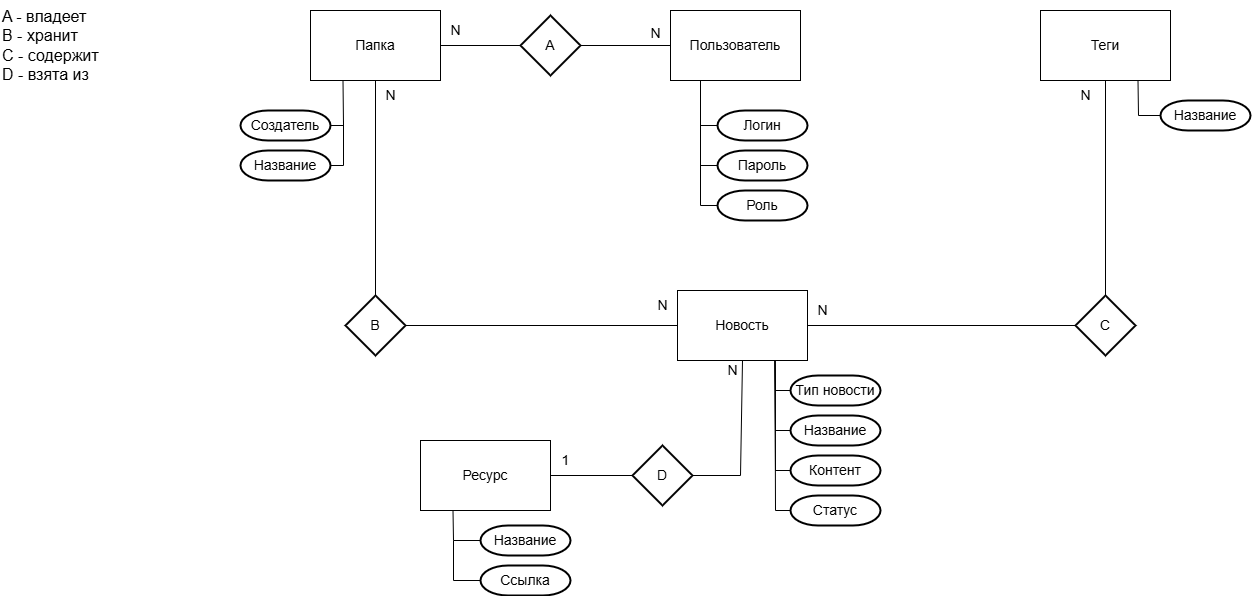
Earlier version of the draw.io export графический материал/ER-diagrama.png (ApsilonXi/Hakaton2025Spring). Source tidied: cells renumbered, new cells last; positions are measured from the earlier drawing's top-left corner, leaving out a move shared by most shapes.
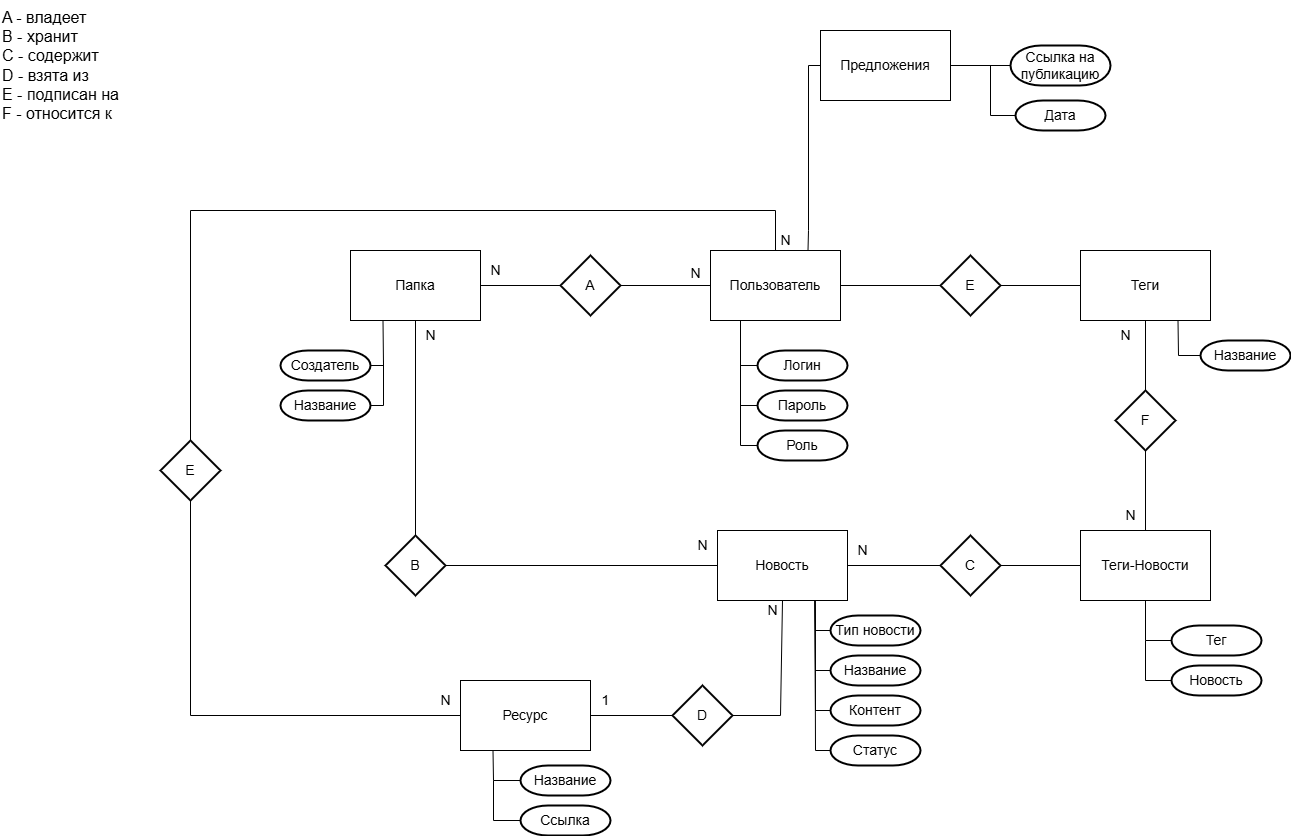
The same file after the commit.

Change to the diagram source:
```diff
@@ -65,8 +65,8 @@
     <mxCell id="16" value="&lt;span style=&quot;font-size: 14px;&quot;&gt;N&lt;/span&gt;" style="text;html=1;align=center;verticalAlign=middle;strokeColor=none;fillColor=none;" parent="1" vertex="1">
       <mxGeometry x="640" y="18" width="30" height="30" as="geometry" />
     </mxCell>
-    <mxCell id="17" value="&lt;font style=&quot;font-size: 16px;&quot;&gt;A - владеет&lt;/font&gt;&lt;div&gt;&lt;font style=&quot;font-size: 16px;&quot;&gt;B - хранит&lt;/font&gt;&lt;/div&gt;&lt;div&gt;&lt;font style=&quot;font-size: 16px;&quot;&gt;C - содержит&lt;/font&gt;&lt;/div&gt;&lt;div&gt;&lt;span style=&quot;font-size: 16px;&quot;&gt;D - взята из&lt;/span&gt;&lt;/div&gt;" style="text;html=1;align=left;verticalAlign=middle;strokeColor=none;fillColor=none;" parent="1" vertex="1">
-      <mxGeometry width="120" height="90" as="geometry" />
+    <mxCell id="17" value="&lt;font style=&quot;font-size: 16px;&quot;&gt;A - владеет&lt;/font&gt;&lt;div&gt;&lt;font style=&quot;font-size: 16px;&quot;&gt;B - хранит&lt;/font&gt;&lt;/div&gt;&lt;div&gt;&lt;font style=&quot;font-size: 16px;&quot;&gt;C - содержит&lt;/font&gt;&lt;/div&gt;&lt;div&gt;&lt;span style=&quot;font-size: 16px;&quot;&gt;D - взята из&lt;/span&gt;&lt;/div&gt;&lt;div&gt;&lt;span style=&quot;font-size: 16px;&quot;&gt;E - подписан на&lt;br&gt;F - относится к&lt;/span&gt;&lt;/div&gt;" style="text;html=1;align=left;verticalAlign=middle;strokeColor=none;fillColor=none;" parent="1" vertex="1">
+      <mxGeometry x="-40" y="-240" width="140" height="130" as="geometry" />
     </mxCell>
     <mxCell id="18" value="&lt;span style=&quot;font-size: 14px;&quot;&gt;Создатель&lt;/span&gt;" style="strokeWidth=2;html=1;shape=mxgraph.flowchart.terminator;whiteSpace=wrap;" parent="1" vertex="1">
       <mxGeometry x="240" y="110" width="90" height="30" as="geometry" />
@@ -105,11 +105,10 @@
     <mxCell id="26" value="&lt;font style=&quot;font-size: 14px;&quot;&gt;N&lt;/font&gt;" style="text;html=1;align=center;verticalAlign=middle;strokeColor=none;fillColor=none;" parent="1" vertex="1">
       <mxGeometry x="647" y="290" width="30" height="30" as="geometry" />
     </mxCell>
-    <mxCell id="27" value="&lt;span style=&quot;font-size: 14px;&quot;&gt;C&lt;/span&gt;" style="strokeWidth=2;html=1;shape=mxgraph.flowchart.decision;whiteSpace=wrap;" parent="1" vertex="1">
-      <mxGeometry x="1075" y="295" width="60" height="60" as="geometry" />
-    </mxCell>
-    <mxCell id="28" style="endArrow=none;html=1;rounded=0;entryX=0;entryY=0.5;entryDx=0;entryDy=0;exitX=1;exitY=0.5;exitDx=0;exitDy=0;entryPerimeter=0;" parent="1" edge="1" source="3" target="27">
-      <mxGeometry relative="1" as="geometry" />
+    <mxCell id="28" style="endArrow=none;html=1;rounded=0;exitX=1;exitY=0.5;exitDx=0;exitDy=0;" parent="1" edge="1" source="3">
+      <mxGeometry relative="1" as="geometry">
+        <mxPoint x="920" y="325" as="targetPoint" />
+      </mxGeometry>
     </mxCell>
     <mxCell id="29" value="&lt;span style=&quot;font-size: 14px;&quot;&gt;Ресурс&lt;/span&gt;" style="rounded=0;whiteSpace=wrap;html=1;" parent="1" vertex="1">
       <mxGeometry x="420" y="440" width="130" height="70" as="geometry" />
@@ -124,8 +123,10 @@
     <mxCell id="31" value="&lt;span style=&quot;font-size: 14px;&quot;&gt;Название&lt;/span&gt;" style="strokeWidth=2;html=1;shape=mxgraph.flowchart.terminator;whiteSpace=wrap;" parent="1" vertex="1">
       <mxGeometry x="1160" y="100" width="90" height="30" as="geometry" />
     </mxCell>
-    <mxCell id="32" style="endArrow=none;html=1;rounded=0;entryX=0.5;entryY=1;entryDx=0;entryDy=0;exitX=0.5;exitY=0;exitDx=0;exitDy=0;exitPerimeter=0;" parent="1" edge="1" source="27" target="5">
-      <mxGeometry relative="1" as="geometry" />
+    <mxCell id="32" style="endArrow=none;html=1;rounded=0;entryX=0.5;entryY=1;entryDx=0;entryDy=0;" parent="1" edge="1" target="5">
+      <mxGeometry relative="1" as="geometry">
+        <mxPoint x="1105" y="160" as="sourcePoint" />
+      </mxGeometry>
     </mxCell>
     <mxCell id="33" value="&lt;span style=&quot;font-size: 14px;&quot;&gt;D&lt;/span&gt;" style="strokeWidth=2;html=1;shape=mxgraph.flowchart.decision;whiteSpace=wrap;" parent="1" vertex="1">
       <mxGeometry x="632" y="445" width="60" height="60" as="geometry" />
@@ -213,5 +214,106 @@
         </Array>
       </mxGeometry>
     </mxCell>
+    <mxCell id="52" value="&lt;span style=&quot;font-size: 14px;&quot;&gt;E&lt;/span&gt;" style="strokeWidth=2;html=1;shape=mxgraph.flowchart.decision;whiteSpace=wrap;" parent="1" vertex="1">
+      <mxGeometry x="900" y="15" width="60" height="60" as="geometry" />
+    </mxCell>
+    <mxCell id="53" style="endArrow=none;html=1;rounded=0;exitX=1;exitY=0.5;exitDx=0;exitDy=0;entryX=0;entryY=0.5;entryDx=0;entryDy=0;entryPerimeter=0;" parent="1" edge="1" source="2" target="52">
+      <mxGeometry relative="1" as="geometry" />
+    </mxCell>
+    <mxCell id="54" style="endArrow=none;html=1;rounded=0;entryX=0;entryY=0.5;entryDx=0;entryDy=0;exitX=1;exitY=0.5;exitDx=0;exitDy=0;exitPerimeter=0;" parent="1" edge="1" source="52" target="5">
+      <mxGeometry relative="1" as="geometry" />
+    </mxCell>
+    <mxCell id="55" value="&lt;span style=&quot;font-size: 14px;&quot;&gt;Теги-Новости&lt;/span&gt;" style="rounded=0;whiteSpace=wrap;html=1;" parent="1" vertex="1">
+      <mxGeometry x="1040" y="290" width="130" height="70" as="geometry" />
+    </mxCell>
+    <mxCell id="56" value="&lt;span style=&quot;font-size: 14px;&quot;&gt;F&lt;/span&gt;" style="strokeWidth=2;html=1;shape=mxgraph.flowchart.decision;whiteSpace=wrap;" parent="1" vertex="1">
+      <mxGeometry x="1075" y="150" width="60" height="60" as="geometry" />
+    </mxCell>
+    <mxCell id="57" style="endArrow=none;html=1;rounded=0;entryX=0.5;entryY=1;entryDx=0;entryDy=0;entryPerimeter=0;exitX=0.5;exitY=0;exitDx=0;exitDy=0;" parent="1" edge="1" source="55" target="56">
+      <mxGeometry relative="1" as="geometry" />
+    </mxCell>
+    <mxCell id="58" value="&lt;span style=&quot;font-size: 14px;&quot;&gt;С&lt;/span&gt;" style="strokeWidth=2;html=1;shape=mxgraph.flowchart.decision;whiteSpace=wrap;" parent="1" vertex="1">
+      <mxGeometry x="900" y="295" width="60" height="60" as="geometry" />
+    </mxCell>
+    <mxCell id="59" style="endArrow=none;html=1;rounded=0;exitX=1;exitY=0.5;exitDx=0;exitDy=0;exitPerimeter=0;entryX=0;entryY=0.5;entryDx=0;entryDy=0;" parent="1" edge="1" source="58" target="55">
+      <mxGeometry relative="1" as="geometry" />
+    </mxCell>
+    <mxCell id="60" value="&lt;span style=&quot;font-size: 14px;&quot;&gt;E&lt;/span&gt;" style="strokeWidth=2;html=1;shape=mxgraph.flowchart.decision;whiteSpace=wrap;" parent="1" vertex="1">
+      <mxGeometry x="120" y="200" width="60" height="60" as="geometry" />
+    </mxCell>
+    <mxCell id="61" style="endArrow=none;html=1;rounded=0;entryX=0.5;entryY=0;entryDx=0;entryDy=0;exitX=0.5;exitY=0;exitDx=0;exitDy=0;exitPerimeter=0;" parent="1" edge="1" source="60" target="2">
+      <mxGeometry relative="1" as="geometry">
+        <Array as="points">
+          <mxPoint x="150" y="-30" />
+          <mxPoint x="735" y="-30" />
+        </Array>
+      </mxGeometry>
+    </mxCell>
+    <mxCell id="62" style="endArrow=none;html=1;rounded=0;entryX=0.5;entryY=1;entryDx=0;entryDy=0;entryPerimeter=0;exitX=0;exitY=0.5;exitDx=0;exitDy=0;" parent="1" edge="1" source="29" target="60">
+      <mxGeometry relative="1" as="geometry">
+        <Array as="points">
+          <mxPoint x="150" y="475" />
+        </Array>
+      </mxGeometry>
+    </mxCell>
+    <mxCell id="63" value="&lt;font style=&quot;font-size: 14px;&quot;&gt;N&lt;/font&gt;" style="text;html=1;align=center;verticalAlign=middle;strokeColor=none;fillColor=none;" parent="1" vertex="1">
+      <mxGeometry x="1075" y="260" width="30" height="30" as="geometry" />
+    </mxCell>
+    <mxCell id="64" value="&lt;font style=&quot;font-size: 14px;&quot;&gt;N&lt;/font&gt;" style="text;html=1;align=center;verticalAlign=middle;strokeColor=none;fillColor=none;" parent="1" vertex="1">
+      <mxGeometry x="730" y="-15" width="30" height="30" as="geometry" />
+    </mxCell>
+    <mxCell id="65" value="&lt;font style=&quot;font-size: 14px;&quot;&gt;N&lt;/font&gt;" style="text;html=1;align=center;verticalAlign=middle;strokeColor=none;fillColor=none;" parent="1" vertex="1">
+      <mxGeometry x="390" y="445" width="30" height="30" as="geometry" />
+    </mxCell>
+    <mxCell id="66" value="&lt;span style=&quot;font-size: 14px;&quot;&gt;Тег&lt;/span&gt;" style="strokeWidth=2;html=1;shape=mxgraph.flowchart.terminator;whiteSpace=wrap;" parent="1" vertex="1">
+      <mxGeometry x="1131" y="385" width="90" height="30" as="geometry" />
+    </mxCell>
+    <mxCell id="67" value="&lt;span style=&quot;font-size: 14px;&quot;&gt;Новость&lt;/span&gt;" style="strokeWidth=2;html=1;shape=mxgraph.flowchart.terminator;whiteSpace=wrap;" parent="1" vertex="1">
+      <mxGeometry x="1131" y="425" width="90" height="30" as="geometry" />
+    </mxCell>
+    <mxCell id="68" style="endArrow=none;html=1;rounded=0;entryX=0.5;entryY=1;entryDx=0;entryDy=0;exitX=0;exitY=0.5;exitDx=0;exitDy=0;exitPerimeter=0;" parent="1" edge="1" source="66" target="55">
+      <mxGeometry relative="1" as="geometry">
+        <Array as="points">
+          <mxPoint x="1105" y="400" />
+        </Array>
+      </mxGeometry>
+    </mxCell>
+    <mxCell id="69" style="endArrow=none;html=1;rounded=0;entryX=0.5;entryY=1;entryDx=0;entryDy=0;exitX=0;exitY=0.5;exitDx=0;exitDy=0;exitPerimeter=0;" parent="1" edge="1">
+      <mxGeometry relative="1" as="geometry">
+        <mxPoint x="1131" y="440" as="sourcePoint" />
+        <mxPoint x="1105" y="400" as="targetPoint" />
+        <Array as="points">
+          <mxPoint x="1105" y="440" />
+        </Array>
+      </mxGeometry>
+    </mxCell>
+    <mxCell id="70" value="&lt;font style=&quot;font-size: 14px;&quot;&gt;Предложения&lt;/font&gt;" style="rounded=0;whiteSpace=wrap;html=1;" parent="1" vertex="1">
+      <mxGeometry x="780" y="-210" width="130" height="70" as="geometry" />
+    </mxCell>
+    <mxCell id="71" style="endArrow=none;html=1;rounded=0;exitX=0.75;exitY=0;exitDx=0;exitDy=0;entryX=0;entryY=0.5;entryDx=0;entryDy=0;" parent="1" edge="1" source="2" target="70">
+      <mxGeometry relative="1" as="geometry">
+        <Array as="points">
+          <mxPoint x="768" y="-10" />
+          <mxPoint x="768" y="-175" />
+        </Array>
+      </mxGeometry>
+    </mxCell>
+    <mxCell id="72" value="&lt;span style=&quot;font-size: 14px;&quot;&gt;Ссылка на публикацию&lt;/span&gt;" style="strokeWidth=2;html=1;shape=mxgraph.flowchart.terminator;whiteSpace=wrap;" parent="1" vertex="1">
+      <mxGeometry x="970" y="-195" width="100" height="40" as="geometry" />
+    </mxCell>
+    <mxCell id="73" style="endArrow=none;html=1;rounded=0;exitX=1;exitY=0.5;exitDx=0;exitDy=0;entryX=0;entryY=0.5;entryDx=0;entryDy=0;entryPerimeter=0;" parent="1" edge="1" source="70" target="72">
+      <mxGeometry relative="1" as="geometry" />
+    </mxCell>
+    <mxCell id="74" value="&lt;span style=&quot;font-size: 14px;&quot;&gt;Дата&lt;/span&gt;" style="strokeWidth=2;html=1;shape=mxgraph.flowchart.terminator;whiteSpace=wrap;" parent="1" vertex="1">
+      <mxGeometry x="975" y="-140" width="90" height="30" as="geometry" />
+    </mxCell>
+    <mxCell id="75" style="endArrow=none;html=1;rounded=0;entryX=1;entryY=0.5;entryDx=0;entryDy=0;exitX=0;exitY=0.5;exitDx=0;exitDy=0;exitPerimeter=0;" parent="1" edge="1" source="74" target="70">
+      <mxGeometry relative="1" as="geometry">
+        <Array as="points">
+          <mxPoint x="950" y="-125" />
+          <mxPoint x="950" y="-175" />
+        </Array>
+      </mxGeometry>
+    </mxCell>
   </root>
 </mxGraphModel>
```
